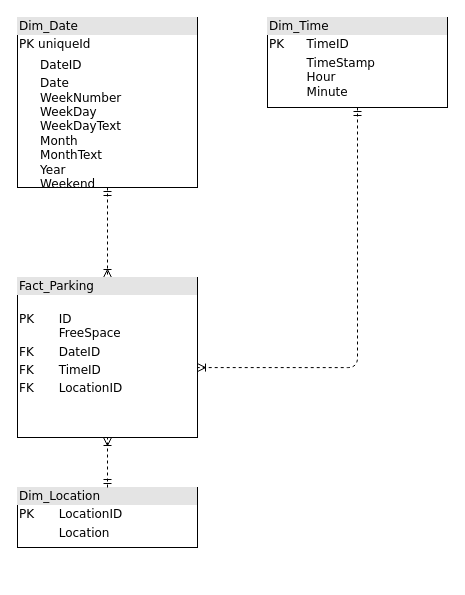
This is StavPark.drawio from sgsakseid/StavPark, a draw.io file, before an edit. Source tidied: cells renumbered, new cells numbered last; positions are measured from the earlier drawing's top-left corner, leaving out a move shared by most shapes. Both pictures are drawn from the tidied source at 100%, with x=0, y=0 at pixel (17, 17).
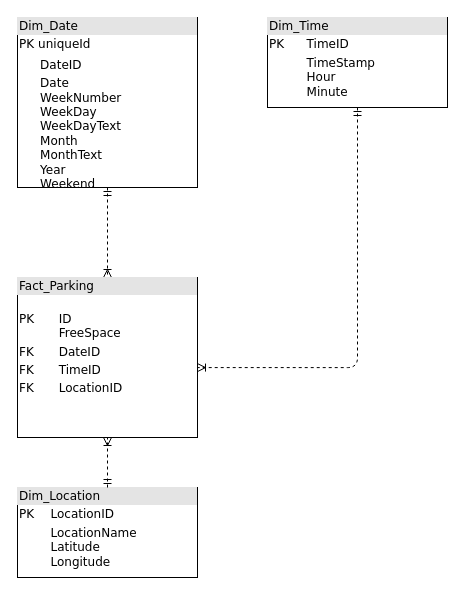
Above is the later version.

What changed in the source:
```diff
@@
 <mxGraphModel>
   <root>
     <mxCell id="0" />
     <mxCell id="1" parent="0" />
     <mxCell id="2" style="edgeStyle=orthogonalEdgeStyle;html=1;entryX=0.5;entryY=0;dashed=1;labelBackgroundColor=none;startArrow=ERmandOne;endArrow=ERoneToMany;fontFamily=Verdana;fontSize=12;align=left;entryDx=0;entryDy=0;entryPerimeter=0;exitX=0.5;exitY=1;exitDx=0;exitDy=0;" parent="1" edge="1" source="8" target="6">
       <mxGeometry relative="1" as="geometry" />
     </mxCell>
     <mxCell id="3" style="edgeStyle=orthogonalEdgeStyle;html=1;dashed=1;labelBackgroundColor=none;startArrow=ERmandOne;endArrow=ERoneToMany;fontFamily=Verdana;fontSize=12;align=left;exitX=0.5;exitY=1;exitDx=0;exitDy=0;entryX=1;entryY=0.563;entryDx=0;entryDy=0;entryPerimeter=0;" parent="1" edge="1" source="7" target="6">
       <mxGeometry relative="1" as="geometry">
         <Array as="points">
           <mxPoint x="340" y="350" />
         </Array>
       </mxGeometry>
     </mxCell>
-    <mxCell id="4" value="&lt;div style=&quot;box-sizing: border-box ; width: 100% ; background: #e4e4e4 ; padding: 2px&quot;&gt;Dim_Location&lt;/div&gt;&lt;table style=&quot;width: 100% ; font-size: 1em&quot; cellpadding=&quot;2&quot; cellspacing=&quot;0&quot;&gt;&lt;tbody&gt;&lt;tr&gt;&lt;td&gt;PK&lt;/td&gt;&lt;td&gt;LocationID&lt;/td&gt;&lt;/tr&gt;&lt;tr&gt;&lt;td&gt;&lt;br&gt;&lt;/td&gt;&lt;td&gt;Location&lt;/td&gt;&lt;/tr&gt;&lt;/tbody&gt;&lt;/table&gt;" style="verticalAlign=top;align=left;overflow=fill;html=1;rounded=0;shadow=0;comic=0;labelBackgroundColor=none;strokeWidth=1;fontFamily=Verdana;fontSize=12;" parent="1" vertex="1">
-      <mxGeometry y="470" width="180" height="60" as="geometry" />
+    <mxCell id="4" value="&lt;div style=&quot;box-sizing: border-box ; width: 100% ; background: #e4e4e4 ; padding: 2px&quot;&gt;Dim_Location&lt;/div&gt;&lt;table style=&quot;width: 100% ; font-size: 1em&quot; cellpadding=&quot;2&quot; cellspacing=&quot;0&quot;&gt;&lt;tbody&gt;&lt;tr&gt;&lt;td&gt;PK&lt;/td&gt;&lt;td&gt;LocationID&lt;/td&gt;&lt;/tr&gt;&lt;tr&gt;&lt;td&gt;&lt;br&gt;&lt;/td&gt;&lt;td&gt;LocationName&lt;br&gt;Latitude&lt;br&gt;Longitude&lt;/td&gt;&lt;/tr&gt;&lt;/tbody&gt;&lt;/table&gt;" style="verticalAlign=top;align=left;overflow=fill;html=1;rounded=0;shadow=0;comic=0;labelBackgroundColor=none;strokeWidth=1;fontFamily=Verdana;fontSize=12;" parent="1" vertex="1">
+      <mxGeometry y="470" width="180" height="90" as="geometry" />
     </mxCell>
     <mxCell id="5" style="edgeStyle=orthogonalEdgeStyle;html=1;labelBackgroundColor=none;startArrow=ERmandOne;endArrow=ERoneToMany;fontFamily=Verdana;fontSize=12;align=left;dashed=1;exitX=0.5;exitY=0;exitDx=0;exitDy=0;" parent="1" edge="1" source="4" target="6">
       <mxGeometry relative="1" as="geometry" />
     </mxCell>
     <mxCell id="6" value="&lt;div style=&quot;box-sizing: border-box ; width: 100% ; background: #e4e4e4 ; padding: 2px&quot;&gt;Fact_Parking&lt;/div&gt;&lt;table style=&quot;width: 100% ; font-size: 1em&quot; cellpadding=&quot;2&quot; cellspacing=&quot;0&quot;&gt;&lt;tbody&gt;&lt;tr&gt;&lt;td&gt;PK&lt;/td&gt;&lt;td&gt;&lt;br&gt;ID&lt;br&gt;FreeSpace&lt;/td&gt;&lt;/tr&gt;&lt;tr&gt;&lt;td&gt;FK&lt;/td&gt;&lt;td&gt;DateID&lt;/td&gt;&lt;/tr&gt;&lt;tr&gt;&lt;td&gt;FK&lt;/td&gt;&lt;td&gt;TimeID&lt;/td&gt;&lt;/tr&gt;&lt;tr&gt;&lt;td&gt;FK&lt;/td&gt;&lt;td&gt;LocationID&lt;/td&gt;&lt;/tr&gt;&lt;/tbody&gt;&lt;/table&gt;" style="verticalAlign=top;align=left;overflow=fill;html=1;rounded=0;shadow=0;comic=0;labelBackgroundColor=none;strokeWidth=1;fontFamily=Verdana;fontSize=12;" parent="1" vertex="1">
       <mxGeometry y="260" width="180" height="160" as="geometry" />
     </mxCell>
     <mxCell id="7" value="&lt;div style=&quot;box-sizing: border-box ; width: 100% ; background: #e4e4e4 ; padding: 2px&quot;&gt;Dim_Time&lt;/div&gt;&lt;table style=&quot;width: 100% ; font-size: 1em&quot; cellpadding=&quot;2&quot; cellspacing=&quot;0&quot;&gt;&lt;tbody&gt;&lt;tr&gt;&lt;td&gt;PK&lt;/td&gt;&lt;td&gt;TimeID&lt;/td&gt;&lt;/tr&gt;&lt;tr&gt;&lt;td&gt;&lt;/td&gt;&lt;td&gt;TimeStamp&lt;br&gt;Hour&lt;br&gt;Minute&lt;br&gt;&lt;/td&gt;&lt;/tr&gt;&lt;tr&gt;&lt;td&gt;&lt;/td&gt;&lt;td&gt;&lt;br&gt;&lt;/td&gt;&lt;/tr&gt;&lt;tr&gt;&lt;td&gt;&lt;/td&gt;&lt;td&gt;&lt;br&gt;&lt;/td&gt;&lt;/tr&gt;&lt;/tbody&gt;&lt;/table&gt;" style="verticalAlign=top;align=left;overflow=fill;html=1;rounded=0;shadow=0;comic=0;labelBackgroundColor=none;strokeWidth=1;fontFamily=Verdana;fontSize=12;" parent="1" vertex="1">
       <mxGeometry x="250" width="180" height="90" as="geometry" />
     </mxCell>
     <mxCell id="8" value="&lt;div style=&quot;box-sizing: border-box ; width: 100% ; background: #e4e4e4 ; padding: 2px&quot;&gt;Dim_Date&lt;br&gt;&lt;/div&gt;&lt;table style=&quot;width: 100% ; font-size: 1em&quot; cellpadding=&quot;2&quot; cellspacing=&quot;0&quot;&gt;&lt;tbody&gt;&lt;tr&gt;&lt;td&gt;PK&lt;/td&gt;&lt;td&gt;uniqueId&lt;/td&gt;&lt;/tr&gt;&lt;tr&gt;&lt;td&gt;&lt;br&gt;&lt;/td&gt;&lt;td&gt;&lt;table cellpadding=&quot;2&quot; cellspacing=&quot;0&quot; style=&quot;font-size: 1em ; width: 176px&quot;&gt;&lt;tbody&gt;&lt;tr&gt;&lt;td&gt;DateID&lt;/td&gt;&lt;/tr&gt;&lt;tr&gt;&lt;td&gt;Date&lt;br&gt;WeekNumber&lt;br&gt;WeekDay&lt;br&gt;WeekDayText&lt;br&gt;Month&lt;br&gt;MonthText&lt;br&gt;Year&lt;br&gt;Weekend&lt;br&gt;&lt;/td&gt;&lt;td&gt;&lt;br&gt;&lt;/td&gt;&lt;/tr&gt;&lt;/tbody&gt;&lt;/table&gt;&lt;/td&gt;&lt;/tr&gt;&lt;/tbody&gt;&lt;/table&gt;" style="verticalAlign=top;align=left;overflow=fill;html=1;rounded=0;shadow=0;comic=0;labelBackgroundColor=none;strokeWidth=1;fontFamily=Verdana;fontSize=12;" parent="1" vertex="1">
       <mxGeometry width="180" height="170" as="geometry" />
     </mxCell>
   </root>
 </mxGraphModel>
```
